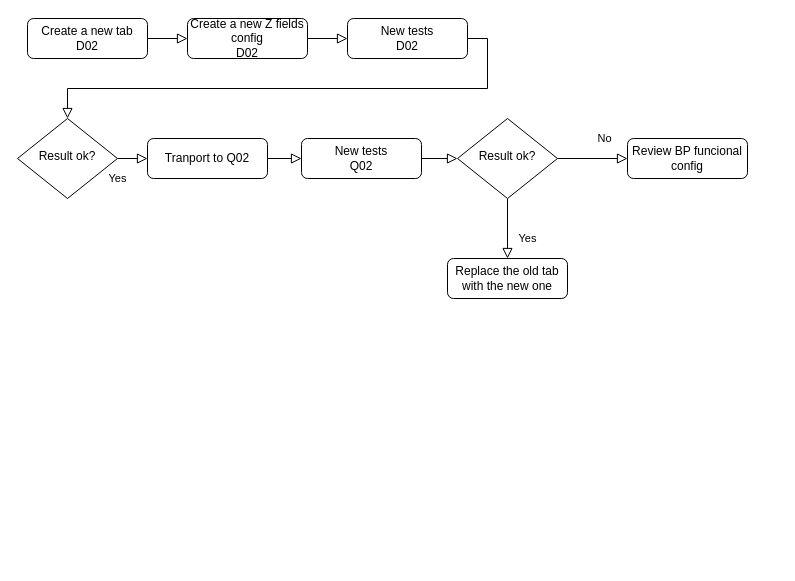
This is Custom fields BP (Z fields).drawio from edmilson-nascimento/dsv, a draw.io file, before an edit. Source tidied: cells renumbered, new cells numbered last; positions are measured from the earlier drawing's top-left corner, leaving out a move shared by most shapes. Both pictures are drawn from the tidied source at 100%, with x=0, y=0 at pixel (17, 18).
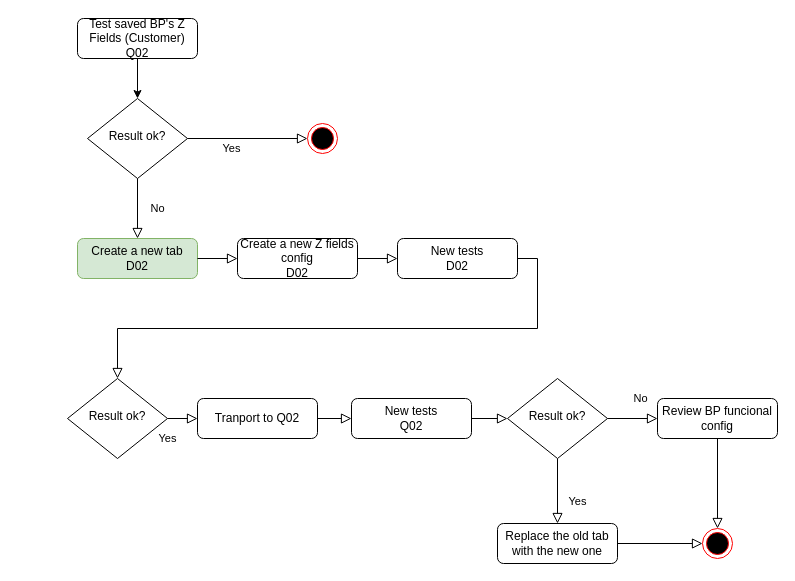
The same page after the edit.

The edit, as a diff of the source:
```diff
@@
-    <mxCell id="3" value="Create a new tab&lt;br&gt;D02" style="rounded=1;whiteSpace=wrap;html=1;fontSize=12;glass=0;strokeWidth=1;shadow=0;" parent="1" vertex="1">
-      <mxGeometry x="10" width="120" height="40" as="geometry" />
+    <mxCell id="3" value="Create a new tab&lt;br&gt;D02" style="rounded=1;whiteSpace=wrap;html=1;fontSize=12;glass=0;strokeWidth=1;shadow=0;fillColor=#d5e8d4;strokeColor=#82b366;" parent="1" vertex="1">
+      <mxGeometry x="60" y="220" width="120" height="40" as="geometry" />
     </mxCell>
@@
     <mxCell id="5" value="Result ok?" style="rhombus;whiteSpace=wrap;html=1;shadow=0;fontFamily=Helvetica;fontSize=12;align=center;strokeWidth=1;spacing=6;spacingTop=-4;" parent="1" vertex="1">
-      <mxGeometry y="100" width="100" height="80" as="geometry" />
+      <mxGeometry x="50" y="360" width="100" height="80" as="geometry" />
     </mxCell>
@@
     <mxCell id="7" value="Result ok?" style="rhombus;whiteSpace=wrap;html=1;shadow=0;fontFamily=Helvetica;fontSize=12;align=center;strokeWidth=1;spacing=6;spacingTop=-4;" parent="1" vertex="1">
-      <mxGeometry x="440" y="100" width="100" height="80" as="geometry" />
+      <mxGeometry x="490" y="360" width="100" height="80" as="geometry" />
     </mxCell>
     <mxCell id="8" value="Replace the old tab with the new one" style="rounded=1;whiteSpace=wrap;html=1;fontSize=12;glass=0;strokeWidth=1;shadow=0;" parent="1" vertex="1">
-      <mxGeometry x="430" y="240" width="120" height="40" as="geometry" />
+      <mxGeometry x="480" y="505" width="120" height="40" as="geometry" />
     </mxCell>
     <mxCell id="9" value="Tranport to Q02" style="rounded=1;whiteSpace=wrap;html=1;fontSize=12;glass=0;strokeWidth=1;shadow=0;" parent="1" vertex="1">
-      <mxGeometry x="130" y="120" width="120" height="40" as="geometry" />
+      <mxGeometry x="180" y="380" width="120" height="40" as="geometry" />
     </mxCell>
     <mxCell id="10" value="Create a new Z fields config&lt;br&gt;D02" style="rounded=1;whiteSpace=wrap;html=1;fontSize=12;glass=0;strokeWidth=1;shadow=0;" parent="1" vertex="1">
-      <mxGeometry x="170" width="120" height="40" as="geometry" />
+      <mxGeometry x="220" y="220" width="120" height="40" as="geometry" />
     </mxCell>
     <mxCell id="11" value="New tests&lt;br&gt;D02" style="rounded=1;whiteSpace=wrap;html=1;fontSize=12;glass=0;strokeWidth=1;shadow=0;" parent="1" vertex="1">
-      <mxGeometry x="330" width="120" height="40" as="geometry" />
+      <mxGeometry x="380" y="220" width="120" height="40" as="geometry" />
     </mxCell>
@@
     <mxCell id="14" value="New tests&lt;br&gt;Q02" style="rounded=1;whiteSpace=wrap;html=1;fontSize=12;glass=0;strokeWidth=1;shadow=0;" parent="1" vertex="1">
-      <mxGeometry x="284" y="120" width="120" height="40" as="geometry" />
+      <mxGeometry x="334" y="380" width="120" height="40" as="geometry" />
     </mxCell>
@@
     <mxCell id="17" value="Review BP funcional config" style="rounded=1;whiteSpace=wrap;html=1;fontSize=12;glass=0;strokeWidth=1;shadow=0;" parent="1" vertex="1">
-      <mxGeometry x="610" y="120" width="120" height="40" as="geometry" />
+      <mxGeometry x="640" y="380" width="120" height="40" as="geometry" />
     </mxCell>
@@
+    <mxCell id="19" style="edgeStyle=orthogonalEdgeStyle;rounded=0;jettySize=auto;html=1;" parent="1" edge="1" source="20" target="21">
+      <mxGeometry relative="1" as="geometry" />
+    </mxCell>
+    <mxCell id="20" value="Test saved BP's Z Fields (Customer)&lt;br&gt;Q02" style="rounded=1;whiteSpace=wrap;html=1;fontSize=12;glass=0;strokeWidth=1;shadow=0;" parent="1" vertex="1">
+      <mxGeometry x="60" width="120" height="40" as="geometry" />
+    </mxCell>
+    <mxCell id="21" value="Result ok?" style="rhombus;whiteSpace=wrap;html=1;shadow=0;fontFamily=Helvetica;fontSize=12;align=center;strokeWidth=1;spacing=6;spacingTop=-4;" parent="1" vertex="1">
+      <mxGeometry x="70" y="80" width="100" height="80" as="geometry" />
+    </mxCell>
+    <mxCell id="22" value="Yes" style="rounded=0;html=1;jettySize=auto;fontSize=11;endArrow=block;endFill=0;endSize=8;strokeWidth=1;shadow=0;labelBackgroundColor=none;edgeStyle=orthogonalEdgeStyle;exitX=1;exitY=0.5;exitDx=0;exitDy=0;entryX=0;entryY=0.5;entryDx=0;entryDy=0;" parent="1" edge="1" source="21" target="24">
+      <mxGeometry x="-0.27" y="-10" relative="1" as="geometry" />
+    </mxCell>
+    <mxCell id="23" value="No" style="rounded=0;html=1;jettySize=auto;fontSize=11;endArrow=block;endFill=0;endSize=8;strokeWidth=1;shadow=0;labelBackgroundColor=none;edgeStyle=orthogonalEdgeStyle;exitX=0.5;exitY=1;exitDx=0;exitDy=0;entryX=0.5;entryY=0;entryDx=0;entryDy=0;" parent="1" edge="1" source="21" target="3">
+      <mxGeometry y="20" relative="1" as="geometry" />
+    </mxCell>
+    <mxCell id="24" style="ellipse;html=1;shape=endState;fillColor=#000000;strokeColor=#ff0000;" parent="1" vertex="1">
+      <mxGeometry x="290" y="105" width="30" height="30" as="geometry" />
+    </mxCell>
+    <mxCell id="25" style="rounded=0;html=1;jettySize=auto;fontSize=11;endArrow=block;endFill=0;endSize=8;strokeWidth=1;shadow=0;labelBackgroundColor=none;edgeStyle=orthogonalEdgeStyle;exitX=0.5;exitY=1;exitDx=0;exitDy=0;entryX=0.5;entryY=0;entryDx=0;entryDy=0;" parent="1" edge="1" source="17" target="26">
+      <mxGeometry relative="1" as="geometry" />
+    </mxCell>
+    <mxCell id="26" style="ellipse;html=1;shape=endState;fillColor=#000000;strokeColor=#ff0000;" parent="1" vertex="1">
+      <mxGeometry x="685" y="510" width="30" height="30" as="geometry" />
+    </mxCell>
+    <mxCell id="27" style="rounded=0;html=1;jettySize=auto;fontSize=11;endArrow=block;endFill=0;endSize=8;strokeWidth=1;shadow=0;labelBackgroundColor=none;edgeStyle=orthogonalEdgeStyle;exitX=1;exitY=0.5;exitDx=0;exitDy=0;entryX=0;entryY=0.5;entryDx=0;entryDy=0;" parent="1" edge="1" source="8" target="26">
+      <mxGeometry relative="1" as="geometry" />
+    </mxCell>
```
